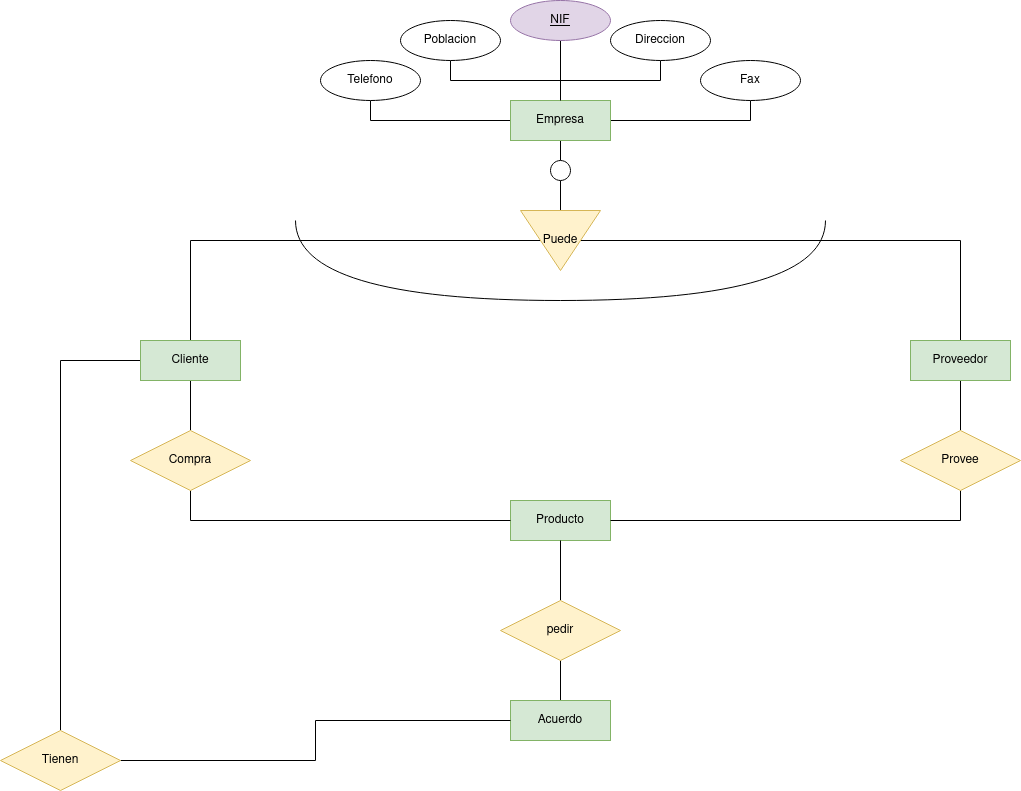
Before: Unidad-1/Tareas/Tarea-evaluable4/tarea4.drawio.png, a diagram exported from draw.io (jdrguez/2-Daw). Source tidied: cells renumbered, new cells last; positions are measured from the earlier drawing's top-left corner, leaving out a move shared by most shapes.
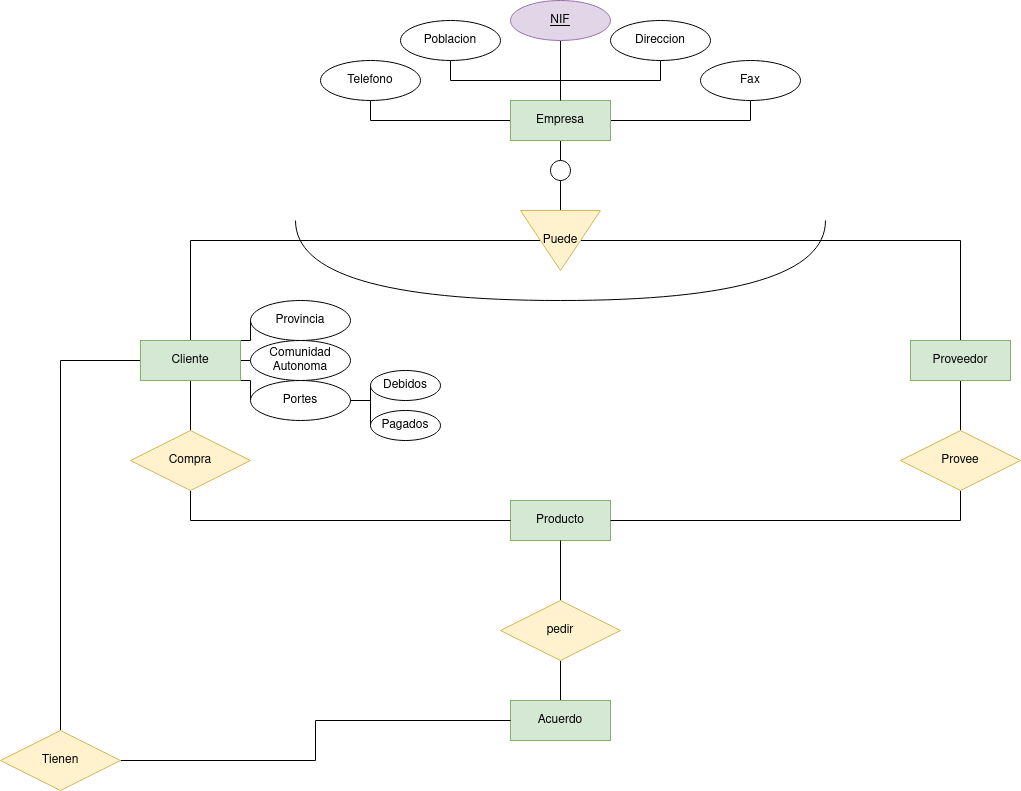
Later version of the same file.

Change to the diagram source:
```diff
@@ -41,6 +41,15 @@
     <mxCell id="14" style="edgeStyle=orthogonalEdgeStyle;rounded=0;jettySize=auto;html=1;exitX=0;exitY=0.5;exitDx=0;exitDy=0;entryX=0.5;entryY=0;entryDx=0;entryDy=0;endArrow=none;endFill=0;" parent="1" edge="1" source="15" target="26">
       <mxGeometry relative="1" as="geometry" />
     </mxCell>
+    <mxCell id="36" style="edgeStyle=orthogonalEdgeStyle;rounded=0;jettySize=auto;html=1;exitX=1;exitY=0;exitDx=0;exitDy=0;entryX=0;entryY=0.5;entryDx=0;entryDy=0;endArrow=none;endFill=0;" parent="1" edge="1" source="15" target="39">
+      <mxGeometry relative="1" as="geometry" />
+    </mxCell>
+    <mxCell id="37" style="edgeStyle=orthogonalEdgeStyle;rounded=0;jettySize=auto;html=1;exitX=1;exitY=0.5;exitDx=0;exitDy=0;entryX=0;entryY=0.5;entryDx=0;entryDy=0;endArrow=none;endFill=0;" parent="1" edge="1" source="15" target="40">
+      <mxGeometry relative="1" as="geometry" />
+    </mxCell>
+    <mxCell id="38" style="edgeStyle=orthogonalEdgeStyle;rounded=0;jettySize=auto;html=1;exitX=1;exitY=1;exitDx=0;exitDy=0;entryX=0;entryY=0.5;entryDx=0;entryDy=0;endArrow=none;endFill=0;" parent="1" edge="1" source="15" target="43">
+      <mxGeometry relative="1" as="geometry" />
+    </mxCell>
     <mxCell id="15" value="Cliente" style="whiteSpace=wrap;html=1;align=center;fillColor=#d5e8d4;strokeColor=#82b366;" parent="1" vertex="1">
       <mxGeometry x="140" y="340" width="100" height="40" as="geometry" />
     </mxCell>
@@ -104,5 +113,26 @@
     <mxCell id="35" value="Fax" style="ellipse;whiteSpace=wrap;html=1;align=center;" parent="1" vertex="1">
       <mxGeometry x="700" y="60" width="100" height="40" as="geometry" />
     </mxCell>
+    <mxCell id="39" value="Provincia" style="ellipse;whiteSpace=wrap;html=1;align=center;" parent="1" vertex="1">
+      <mxGeometry x="250" y="300" width="100" height="40" as="geometry" />
+    </mxCell>
+    <mxCell id="40" value="&lt;div&gt;Comunidad&lt;/div&gt;&lt;div&gt;Autonoma&lt;br&gt;&lt;/div&gt;" style="ellipse;whiteSpace=wrap;html=1;align=center;" parent="1" vertex="1">
+      <mxGeometry x="250" y="340" width="100" height="40" as="geometry" />
+    </mxCell>
+    <mxCell id="41" style="edgeStyle=orthogonalEdgeStyle;rounded=0;jettySize=auto;html=1;exitX=1;exitY=0.5;exitDx=0;exitDy=0;entryX=0;entryY=0.5;entryDx=0;entryDy=0;endArrow=none;endFill=0;" parent="1" edge="1" source="43" target="44">
+      <mxGeometry relative="1" as="geometry" />
+    </mxCell>
+    <mxCell id="42" style="edgeStyle=orthogonalEdgeStyle;rounded=0;jettySize=auto;html=1;exitX=1;exitY=0.5;exitDx=0;exitDy=0;entryX=0;entryY=0.5;entryDx=0;entryDy=0;endArrow=none;endFill=0;" parent="1" edge="1" source="43" target="45">
+      <mxGeometry relative="1" as="geometry" />
+    </mxCell>
+    <mxCell id="43" value="Portes" style="ellipse;whiteSpace=wrap;html=1;align=center;" parent="1" vertex="1">
+      <mxGeometry x="250" y="380" width="100" height="40" as="geometry" />
+    </mxCell>
+    <mxCell id="44" value="Debidos" style="ellipse;whiteSpace=wrap;html=1;align=center;" parent="1" vertex="1">
+      <mxGeometry x="370" y="370" width="70" height="30" as="geometry" />
+    </mxCell>
+    <mxCell id="45" value="Pagados" style="ellipse;whiteSpace=wrap;html=1;align=center;" parent="1" vertex="1">
+      <mxGeometry x="370" y="410" width="70" height="30" as="geometry" />
+    </mxCell>
   </root>
 </mxGraphModel>
```
